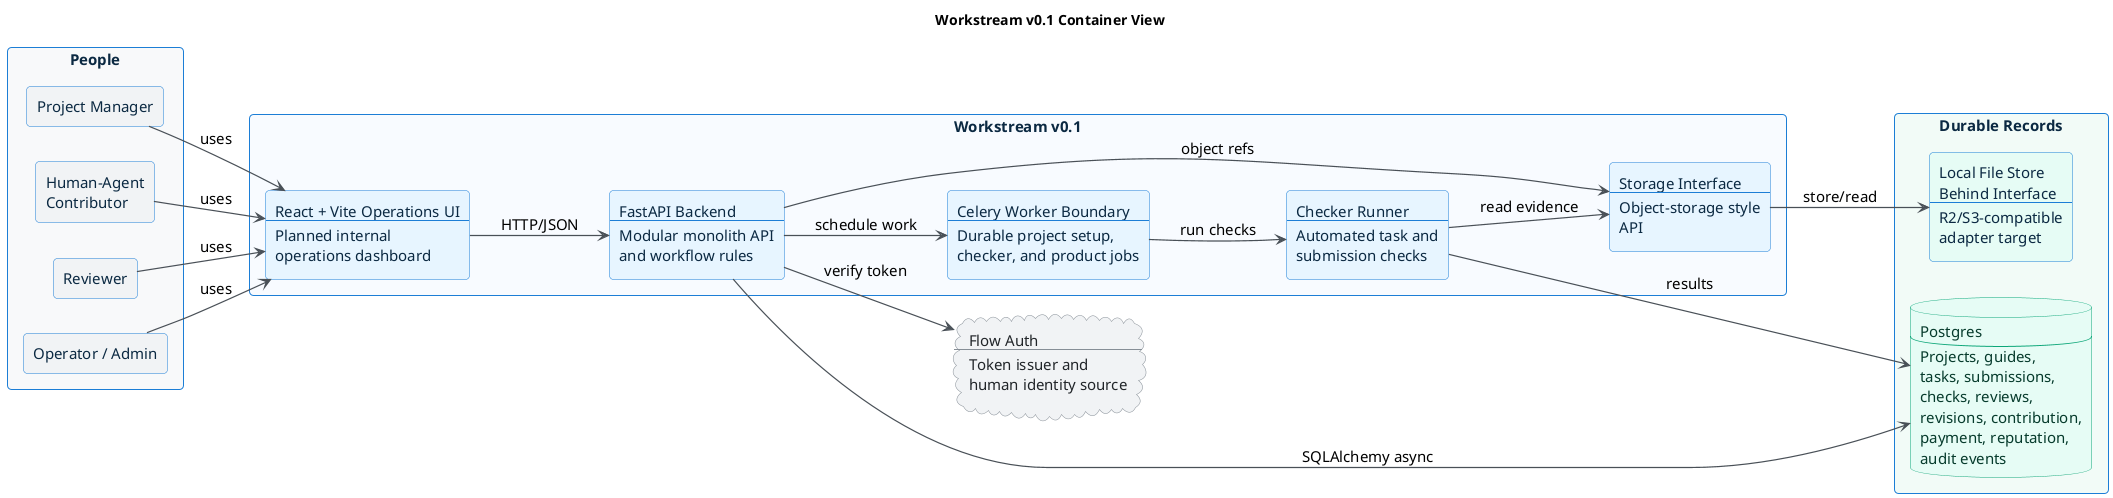
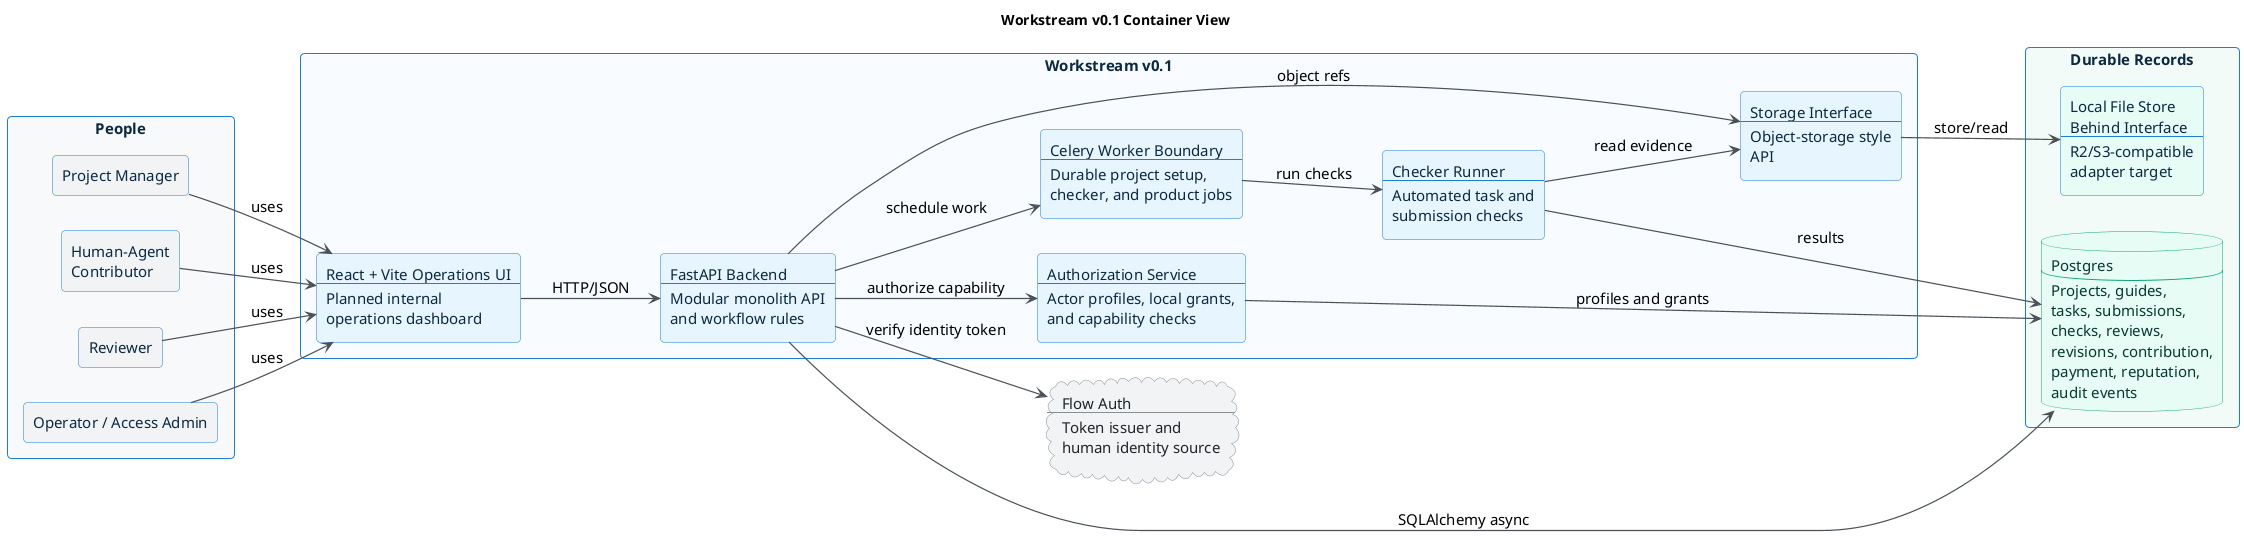
@startuml workstream_v01_container
title Workstream v0.1 Container View

left to right direction

skinparam backgroundColor #FFFFFF
skinparam shadowing false
skinparam roundcorner 8
skinparam defaultFontName Arial
skinparam defaultFontSize 15
skinparam ArrowColor #495057
skinparam ArrowThickness 1.2
skinparam packageStyle rectangle
skinparam rectangle {
  BorderColor #1C7ED6
  BackgroundColor #E7F5FF
  FontColor #0B2942
}
skinparam database {
  BorderColor #0CA678
  BackgroundColor #E6FCF5
  FontColor #063B2C
}
skinparam cloud {
  BorderColor #868E96
  BackgroundColor #F1F3F5
  FontColor #212529
}

package "People" #F8F9FA {
  rectangle "Project Manager" as project_manager #F1F3F5
  rectangle "Human-Agent\nContributor" as worker #F1F3F5
  rectangle "Reviewer" as reviewer #F1F3F5
-   rectangle "Operator / Admin" as operator #F1F3F5
+   rectangle "Operator / Access Admin" as operator #F1F3F5
}

cloud "Flow Auth\n----\nToken issuer and\nhuman identity source" as flow_auth

package "Workstream v0.1" #F8FBFF {
  rectangle "React + Vite Operations UI\n----\nPlanned internal\noperations dashboard" as frontend
  rectangle "FastAPI Backend\n----\nModular monolith API\nand workflow rules" as api
+   rectangle "Authorization Service\n----\nActor profiles, local grants,\nand capability checks" as authorization
  rectangle "Celery Worker Boundary\n----\nDurable project setup,\nchecker, and product jobs" as jobs
  rectangle "Checker Runner\n----\nAutomated task and\nsubmission checks" as checker
  rectangle "Storage Interface\n----\nObject-storage style\nAPI" as storage_adapter
}

package "Durable Records" #F2FBF7 {
  database "Postgres\n----\nProjects, guides,\ntasks, submissions,\nchecks, reviews,\nrevisions, contribution,\npayment, reputation,\naudit events" as postgres
  rectangle "Local File Store\nBehind Interface\n----\nR2/S3-compatible\nadapter target" as file_store #E6FCF5
}

project_manager --> frontend : uses
worker --> frontend : uses
reviewer --> frontend : uses
operator --> frontend : uses

frontend --> api : HTTP/JSON
- api --> flow_auth : verify token
+ api --> flow_auth : verify identity token
+ api --> authorization : authorize capability
+ authorization --> postgres : profiles and grants
api --> postgres : SQLAlchemy async
api --> storage_adapter : object refs
api --> jobs : schedule work
jobs --> checker : run checks
checker --> postgres : results
checker --> storage_adapter : read evidence
storage_adapter --> file_store : store/read

@enduml
